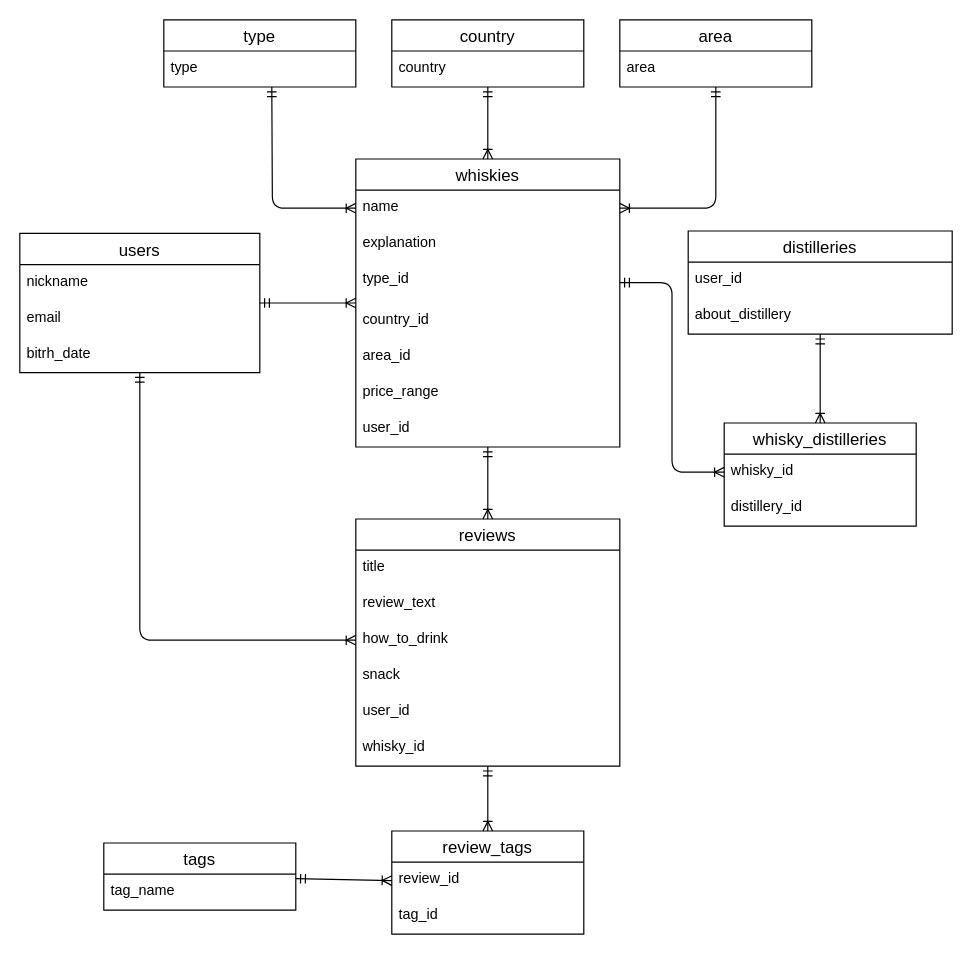
shoh1125/whisky_log keeps this draw.io diagram as DB設計.drawio. Above is the earlier version. Source tidied: cells renumbered, new cells numbered last; positions are measured from the earlier drawing's top-left corner, leaving out a move shared by most shapes. Both pictures are drawn from the tidied source at 120%, with x=0, y=0 at pixel (19, 19).
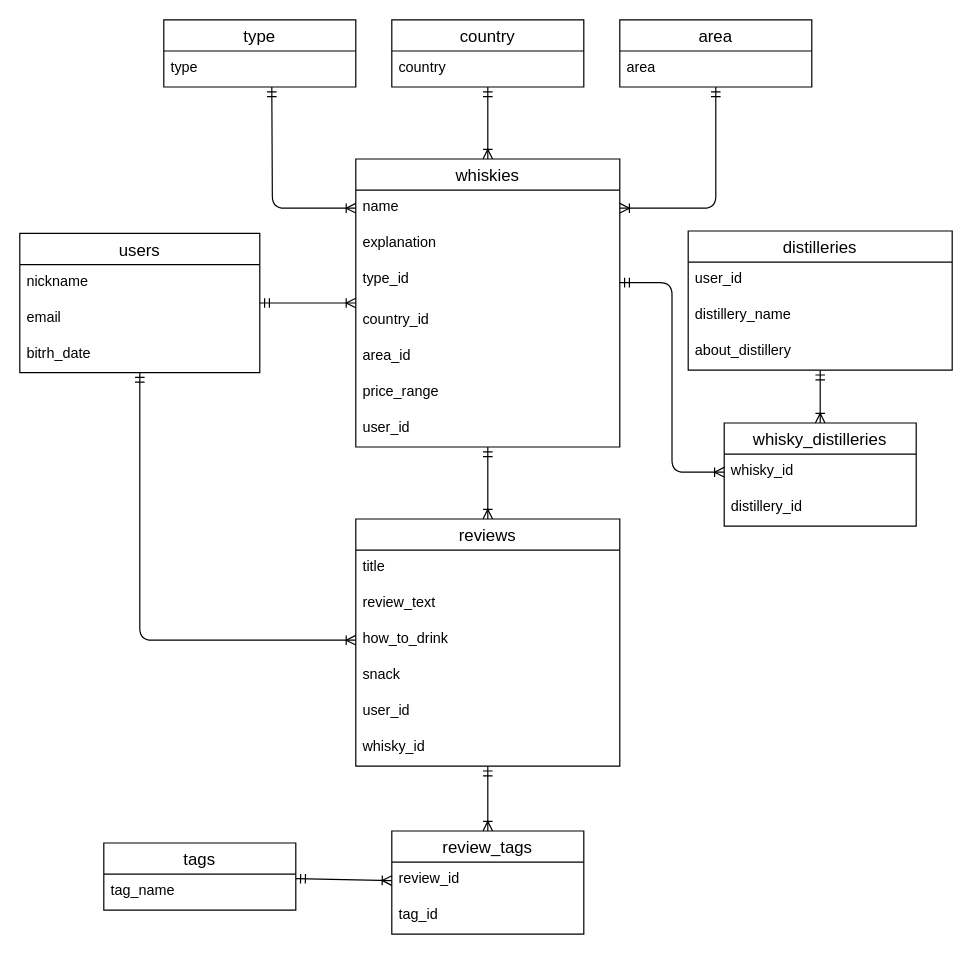
After the change.

Change to the diagram source:
```diff
@@
     <mxCell id="21" value="distilleries" style="swimlane;fontStyle=0;horizontal=1;startSize=26;align=center;fontSize=14;" parent="1" vertex="1">
-      <mxGeometry x="557" y="176" width="220" height="86" as="geometry" />
+      <mxGeometry x="557" y="176" width="220" height="116" as="geometry" />
     </mxCell>
@@
-    <mxCell id="23" value="about_distillery" style="text;strokeColor=none;fillColor=none;spacingLeft=4;spacingRight=4;overflow=hidden;fontSize=12;" parent="21" vertex="1">
+    <mxCell id="23" value="distillery_name" style="text;strokeColor=none;fillColor=none;spacingLeft=4;spacingRight=4;overflow=hidden;fontSize=12;" parent="21" vertex="1">
       <mxGeometry y="56" width="220" height="30" as="geometry" />
     </mxCell>
+    <mxCell id="48" value="about_distillery" style="text;strokeColor=none;fillColor=none;spacingLeft=4;spacingRight=4;overflow=hidden;fontSize=12;" parent="21" vertex="1">
+      <mxGeometry y="86" width="220" height="30" as="geometry" />
+    </mxCell>
```
